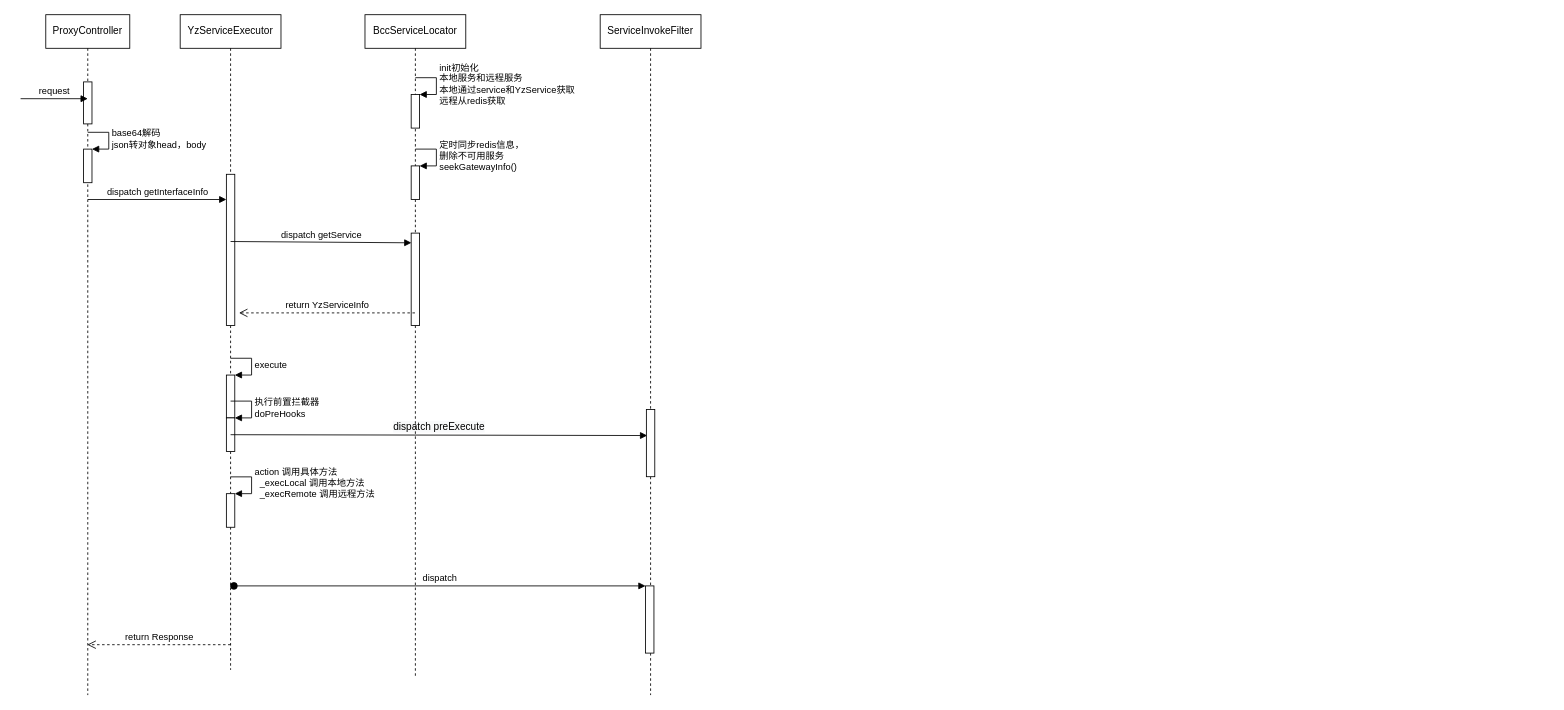
Before: proxy.drawio in Cocozc/UML, a draw.io diagram. Source tidied: cells renumbered, new cells numbered last; positions are measured from the earlier drawing's top-left corner, leaving out a move shared by most shapes. Both pictures are drawn from the tidied source at 84%, with x=0, y=0 at pixel (20, 14).
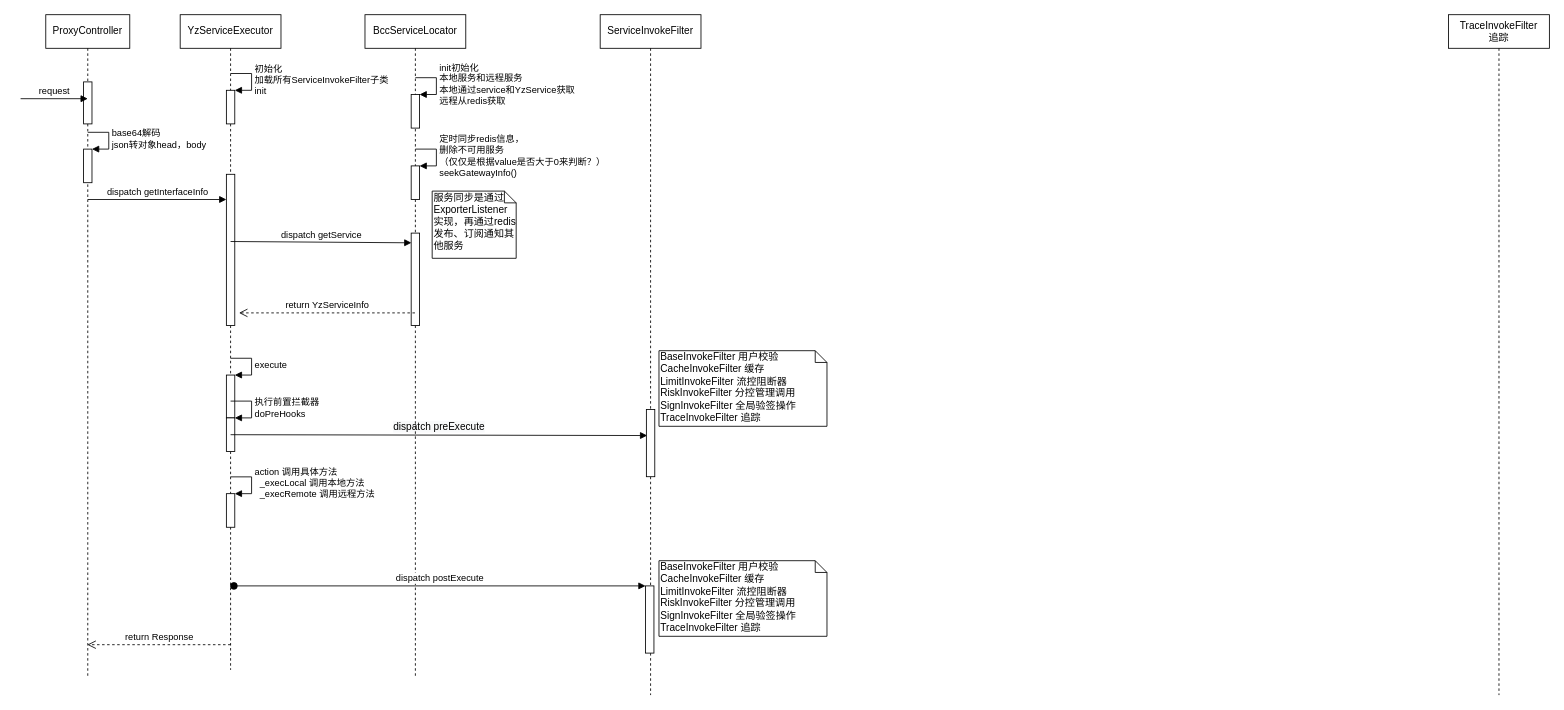
Above is the later version.

The change refers to these unchanged cells:
```xml
<mxCell id="7" value="YzServiceExecutor" style="shape=umlLifeline;perimeter=lifelinePerimeter;whiteSpace=wrap;html=1;" parent="1" vertex="1">
  <mxGeometry x="190" width="120" height="780" as="geometry" />
</mxCell>
<mxCell id="18" value="BccServiceLocator" style="shape=umlLifeline;perimeter=lifelinePerimeter;whiteSpace=wrap;html=1;outlineConnect=0;" parent="1" vertex="1">
  <mxGeometry x="410" width="120" height="790" as="geometry" />
</mxCell>
<mxCell id="22" style="html=1;points=[];perimeter=orthogonalPerimeter;" parent="18" vertex="1">
  <mxGeometry x="55" y="180" width="10" height="40" as="geometry" />
</mxCell>
<mxCell id="27" style="html=1;points=[];perimeter=orthogonalPerimeter;" parent="25" vertex="1">
  <mxGeometry x="54" y="680" width="10" height="80" as="geometry" />
</mxCell>
```

The edit, as a diff of the source:
```diff
@@
     <mxCell id="2" value="ProxyController" style="shape=umlLifeline;perimeter=lifelinePerimeter;whiteSpace=wrap;html=1;outlineConnect=0;" parent="1" vertex="1">
-      <mxGeometry x="30" width="100" height="810" as="geometry" />
+      <mxGeometry x="30" width="100" height="790" as="geometry" />
     </mxCell>
@@
+    <mxCell id="30" style="html=1;points=[];perimeter=orthogonalPerimeter;" parent="7" vertex="1">
+      <mxGeometry x="55" y="90" width="10" height="40" as="geometry" />
+    </mxCell>
+    <mxCell id="31" value="初始化&lt;br&gt;加载所有ServiceInvokeFilter子类&lt;br&gt;init" style="edgeStyle=orthogonalEdgeStyle;html=1;align=left;spacingLeft=2;endArrow=block;rounded=0;entryX=1;entryY=0;" parent="7" edge="1" target="30">
+      <mxGeometry relative="1" as="geometry">
+        <mxPoint x="60" y="70" as="sourcePoint" />
+        <Array as="points">
+          <mxPoint x="85" y="70" />
+        </Array>
+      </mxGeometry>
+    </mxCell>
@@
-    <mxCell id="23" value="定时同步redis信息，&lt;br&gt;删除不可用服务&lt;br&gt;seekGatewayInfo()" style="edgeStyle=orthogonalEdgeStyle;html=1;align=left;spacingLeft=2;endArrow=block;rounded=0;entryX=1;entryY=0;" parent="18" edge="1" target="22">
+    <mxCell id="23" value="定时同步redis信息，&lt;br&gt;删除不可用服务&lt;br&gt;（仅仅是根据value是否大于0来判断？）&lt;br&gt;seekGatewayInfo()" style="edgeStyle=orthogonalEdgeStyle;html=1;align=left;spacingLeft=2;endArrow=block;rounded=0;entryX=1;entryY=0;" parent="18" edge="1" target="22">
       <mxGeometry relative="1" as="geometry">
         <mxPoint x="60" y="160" as="sourcePoint" />
         <Array as="points">
           <mxPoint x="85" y="160" />
         </Array>
       </mxGeometry>
     </mxCell>
@@
-    <mxCell id="28" value="dispatch" style="html=1;verticalAlign=bottom;startArrow=oval;endArrow=block;startSize=8;" parent="1" edge="1" target="27">
+    <mxCell id="28" value="dispatch&amp;nbsp;postExecute" style="html=1;verticalAlign=bottom;startArrow=oval;endArrow=block;startSize=8;" parent="1" edge="1" target="27">
       <mxGeometry relative="1" as="geometry">
         <mxPoint x="254" y="680" as="sourcePoint" />
       </mxGeometry>
     </mxCell>
@@
+    <mxCell id="32" value="&lt;span style=&quot;text-align: left ; white-space: nowrap&quot;&gt;TraceInvokeFilter&lt;br&gt;追踪&lt;/span&gt;" style="shape=umlLifeline;perimeter=lifelinePerimeter;whiteSpace=wrap;html=1;" parent="1" vertex="1">
+      <mxGeometry x="1700" width="120" height="810" as="geometry" />
+    </mxCell>
+    <mxCell id="33" value="&lt;div&gt;BaseInvokeFilter&lt;span style=&quot;white-space: pre&quot;&gt; &lt;/span&gt;用户校验&lt;/div&gt;&lt;div&gt;CacheInvokeFilter&lt;span style=&quot;white-space: pre&quot;&gt; &lt;/span&gt;缓存&lt;/div&gt;&lt;div&gt;LimitInvokeFilter&lt;span style=&quot;white-space: pre&quot;&gt; &lt;/span&gt;流控阻断器&lt;/div&gt;&lt;div&gt;RiskInvokeFilter&lt;span style=&quot;white-space: pre&quot;&gt; &lt;/span&gt;分控管理调用&lt;/div&gt;&lt;div&gt;SignInvokeFilter&lt;span style=&quot;white-space: pre&quot;&gt; &lt;/span&gt;全局验签操作&lt;/div&gt;&lt;div&gt;TraceInvokeFilter&lt;span style=&quot;white-space: pre&quot;&gt; &lt;/span&gt;追踪&lt;/div&gt;" style="shape=note;whiteSpace=wrap;html=1;size=14;verticalAlign=top;align=left;spacingTop=-6;" parent="1" vertex="1">
+      <mxGeometry x="760" y="400" width="200" height="90" as="geometry" />
+    </mxCell>
+    <mxCell id="34" value="&lt;div&gt;BaseInvokeFilter&lt;span style=&quot;white-space: pre&quot;&gt; &lt;/span&gt;用户校验&lt;/div&gt;&lt;div&gt;CacheInvokeFilter&lt;span style=&quot;white-space: pre&quot;&gt; &lt;/span&gt;缓存&lt;/div&gt;&lt;div&gt;LimitInvokeFilter&lt;span style=&quot;white-space: pre&quot;&gt; &lt;/span&gt;流控阻断器&lt;/div&gt;&lt;div&gt;RiskInvokeFilter&lt;span style=&quot;white-space: pre&quot;&gt; &lt;/span&gt;分控管理调用&lt;/div&gt;&lt;div&gt;SignInvokeFilter&lt;span style=&quot;white-space: pre&quot;&gt; &lt;/span&gt;全局验签操作&lt;/div&gt;&lt;div&gt;TraceInvokeFilter&lt;span style=&quot;white-space: pre&quot;&gt; &lt;/span&gt;追踪&lt;/div&gt;" style="shape=note;whiteSpace=wrap;html=1;size=14;verticalAlign=top;align=left;spacingTop=-6;" parent="1" vertex="1">
+      <mxGeometry x="760" y="650" width="200" height="90" as="geometry" />
+    </mxCell>
+    <mxCell id="35" value="服务同步是通过ExporterListener实现，再通过redis发布、订阅通知其他服务" style="shape=note;whiteSpace=wrap;html=1;size=14;verticalAlign=top;align=left;spacingTop=-6;" parent="1" vertex="1">
+      <mxGeometry x="490" y="210" width="100" height="80" as="geometry" />
+    </mxCell>
```
